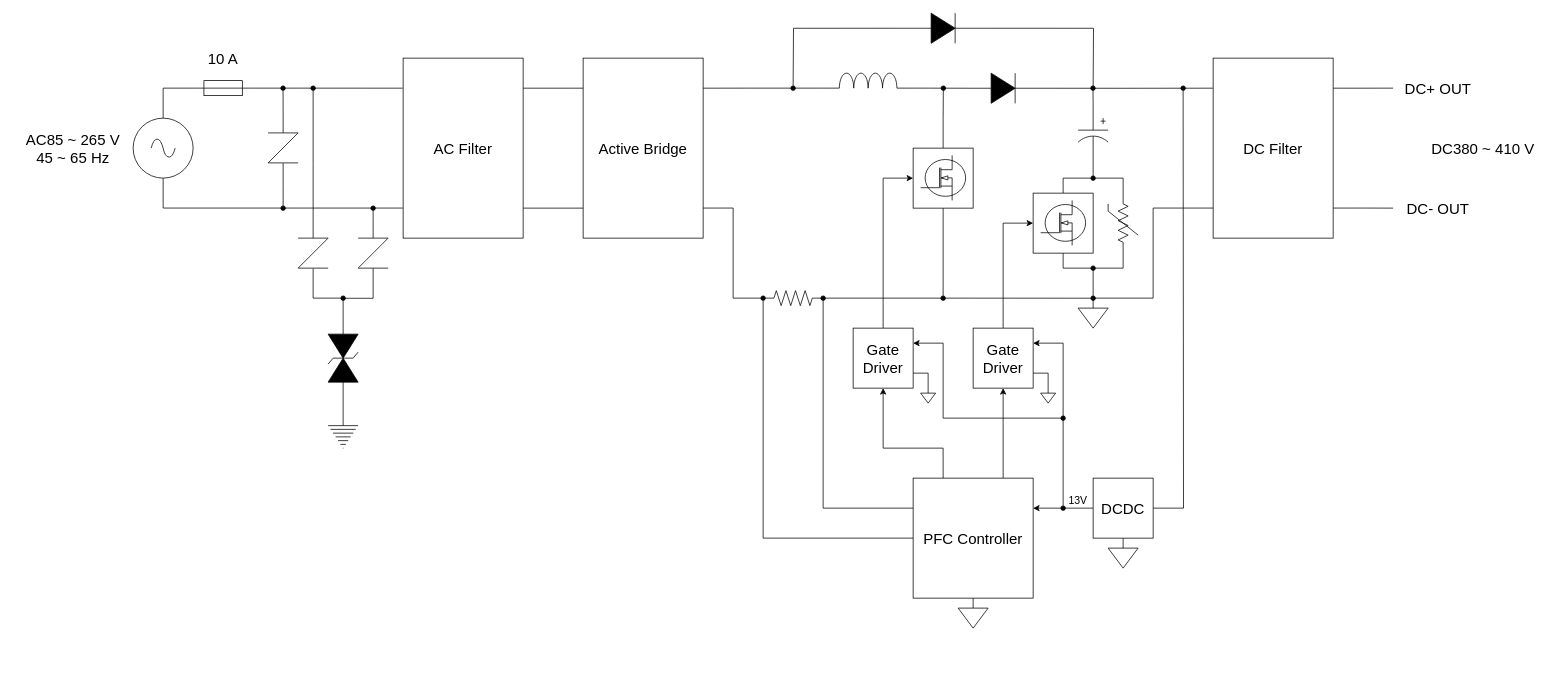
Above: designdocs/main-board-bd.drawio in ST04-tkmr/FET-PCB-ac-dc (draw.io), before the change. Source tidied: cells renumbered, new cells numbered last; positions are measured from the earlier drawing's top-left corner, leaving out a move shared by most shapes. Both pictures are drawn from the tidied source at 75%, with x=0, y=0 at pixel (13, 13).
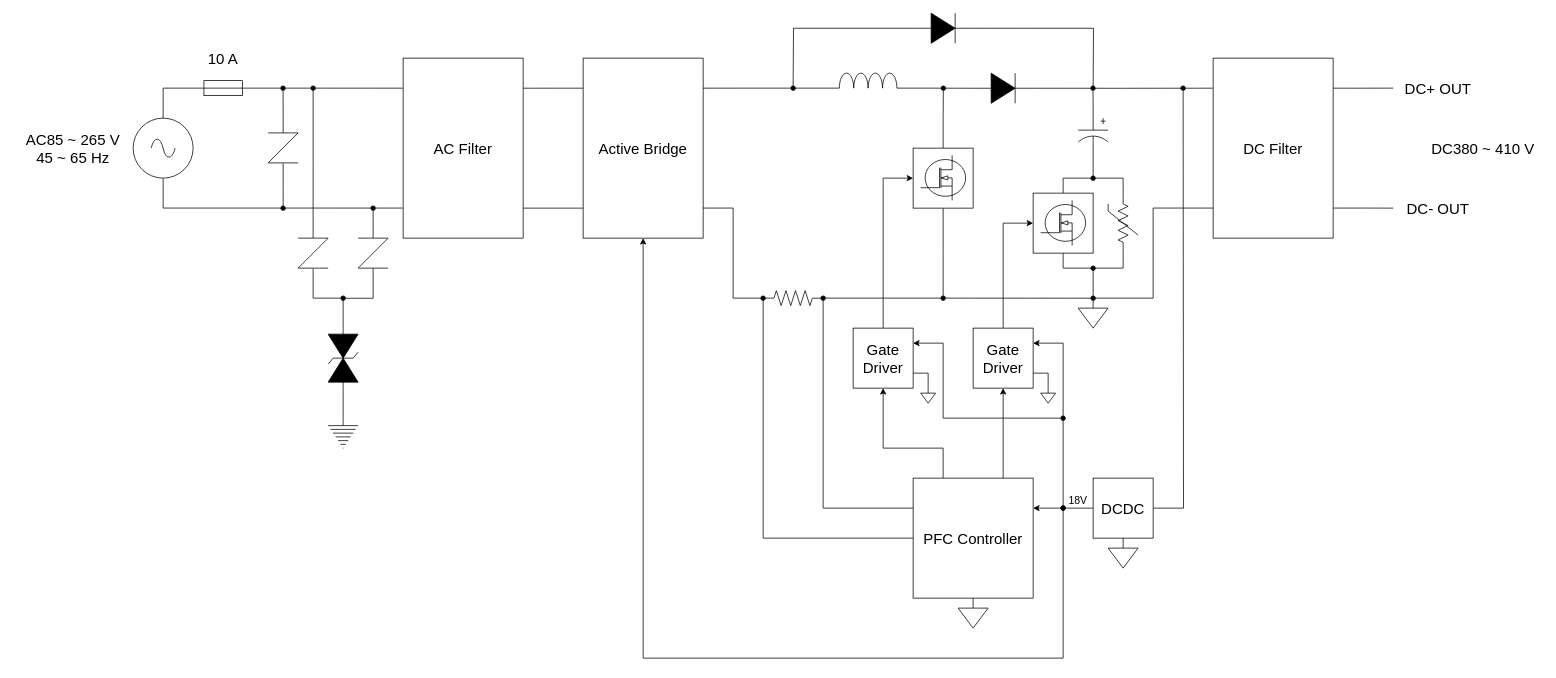
Above is the later version.

The change refers to these unchanged cells:
```xml
<mxCell id="2" value="Active Bridge" style="rounded=0;whiteSpace=wrap;html=1;fontSize=20;" parent="1" vertex="1">
  <mxGeometry x="760" y="60" width="160" height="240" as="geometry" />
</mxCell>
```

What changed in the source:
```diff
@@
-    <mxCell id="64" value="13V" style="text;html=1;align=center;verticalAlign=middle;whiteSpace=wrap;rounded=0;fontFamily=Helvetica;fontSize=14;fontColor=default;labelBackgroundColor=default;" parent="1" vertex="1">
+    <mxCell id="64" value="18V" style="text;html=1;align=center;verticalAlign=middle;whiteSpace=wrap;rounded=0;fontFamily=Helvetica;fontSize=14;fontColor=default;labelBackgroundColor=default;" parent="1" vertex="1">
       <mxGeometry x="1400" y="640" width="40" height="19.7" as="geometry" />
     </mxCell>
@@
+    <mxCell id="92" style="edgeStyle=orthogonalEdgeStyle;shape=connector;rounded=0;jettySize=auto;html=1;entryX=0.5;entryY=1;entryDx=0;entryDy=0;strokeColor=default;align=center;verticalAlign=middle;fontFamily=Helvetica;fontSize=11;fontColor=default;labelBackgroundColor=default;endArrow=classic;endFill=1;startArrow=oval;startFill=1;exitX=0;exitY=1;exitDx=0;exitDy=0;" parent="1" edge="1" source="64" target="2">
+      <mxGeometry relative="1" as="geometry">
+        <Array as="points">
+          <mxPoint x="1400" y="860" />
+          <mxPoint x="840" y="860" />
+        </Array>
+      </mxGeometry>
+    </mxCell>
```
